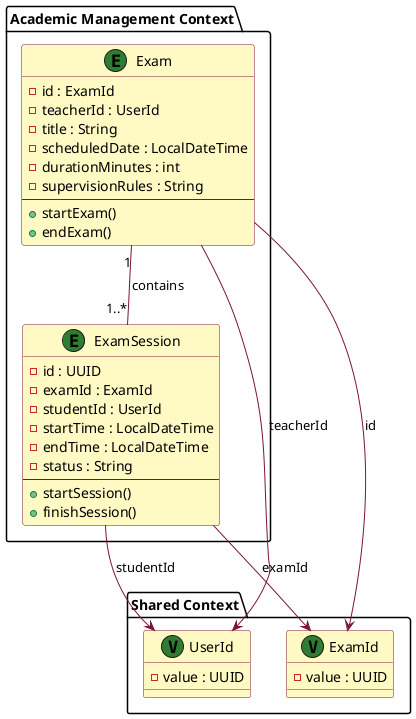
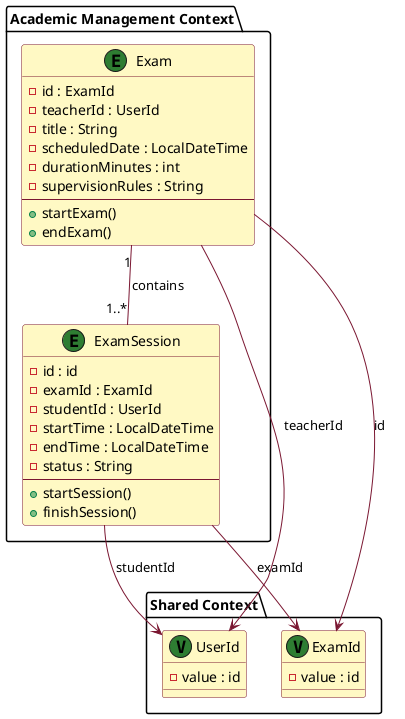
@startuml "Academic Management Context"

skinparam class {
  BackgroundColor #FFF9C4
  BorderColor #7A1631
  StereotypeFontColor #2E7D32
}
skinparam Arrow {
  Color #7A1631
}

package "Academic Management Context" {
  class Exam << (E,#2E7D32) >> {
    - id : ExamId
    - teacherId : UserId
    - title : String
    - scheduledDate : LocalDateTime
    - durationMinutes : int
    - supervisionRules : String
    --
    + startExam()
    + endExam()
  }

  class ExamSession << (E,#2E7D32) >> {
-     - id : UUID
+     - id : id
    - examId : ExamId
    - studentId : UserId
    - startTime : LocalDateTime
    - endTime : LocalDateTime
    - status : String
    --
    + startSession()
    + finishSession()
  }
}

package "Shared Context" {
  class UserId << (V,#2E7D32) >> {
-     - value : UUID
+     - value : id
  }

  class ExamId << (V,#2E7D32) >> {
-     - value : UUID
+     - value : id
  }
}

Exam "1" -- "1..*" ExamSession : contains
Exam --> ExamId : id
Exam --> UserId : teacherId
ExamSession --> ExamId : examId
ExamSession --> UserId : studentId

@enduml
